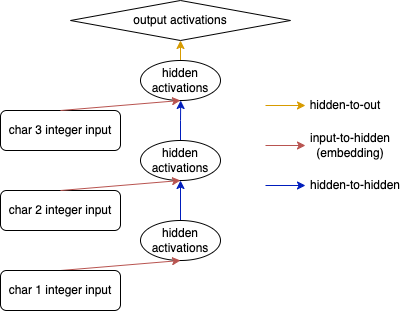
lucasvw/lucasvw.github.io keeps this draw.io diagram as posts/15_rnn/rnn.drawio.png. Above is the earlier version. Source tidied: cells renumbered, new cells last; positions are measured from the earlier drawing's top-left corner, leaving out a move shared by most shapes.
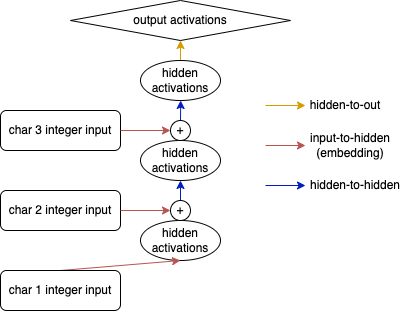
After the change.

Diff of the diagram source:
```diff
@@ -2,7 +2,7 @@
   <root>
     <mxCell id="0" />
     <mxCell id="1" parent="0" />
-    <mxCell id="2" style="edgeStyle=orthogonalEdgeStyle;rounded=0;jettySize=auto;html=1;exitX=0.5;exitY=0;exitDx=0;exitDy=0;entryX=0.5;entryY=1;entryDx=0;entryDy=0;fillColor=#0050ef;strokeColor=#001DBC;" parent="1" edge="1" source="3" target="9">
+    <mxCell id="2" style="edgeStyle=orthogonalEdgeStyle;rounded=0;jettySize=auto;html=1;exitX=0.5;exitY=0;exitDx=0;exitDy=0;entryX=0.5;entryY=1;entryDx=0;entryDy=0;fillColor=#0050ef;strokeColor=#001DBC;" parent="1" edge="1" source="22" target="9">
       <mxGeometry relative="1" as="geometry" />
     </mxCell>
     <mxCell id="3" value="hidden&lt;br style=&quot;border-color: var(--border-color);&quot;&gt;activations" style="ellipse;whiteSpace=wrap;html=1;" parent="1" vertex="1">
@@ -37,10 +37,10 @@
     <mxCell id="12" value="output activations" style="rhombus;whiteSpace=wrap;html=1;" parent="1" vertex="1">
       <mxGeometry x="70" width="220" height="40" as="geometry" />
     </mxCell>
-    <mxCell id="13" style="rounded=0;jettySize=auto;html=1;exitX=0.5;exitY=0;exitDx=0;exitDy=0;entryX=0.5;entryY=1;entryDx=0;entryDy=0;fillColor=#f8cecc;strokeColor=#b85450;" parent="1" edge="1" source="6" target="9">
+    <mxCell id="13" style="rounded=0;jettySize=auto;html=1;exitX=1;exitY=0.5;exitDx=0;exitDy=0;fillColor=#f8cecc;strokeColor=#b85450;entryX=0;entryY=0.5;entryDx=0;entryDy=0;" parent="1" edge="1" source="6" target="22">
       <mxGeometry relative="1" as="geometry" />
     </mxCell>
-    <mxCell id="14" style="rounded=0;jettySize=auto;html=1;exitX=0.5;exitY=0;exitDx=0;exitDy=0;entryX=0.5;entryY=1;entryDx=0;entryDy=0;fillColor=#f8cecc;strokeColor=#b85450;" parent="1" edge="1" source="7" target="11">
+    <mxCell id="14" style="rounded=0;jettySize=auto;html=1;exitX=1;exitY=0.5;exitDx=0;exitDy=0;fillColor=#f8cecc;strokeColor=#b85450;entryX=0;entryY=0.5;entryDx=0;entryDy=0;" parent="1" edge="1" source="7" target="23">
       <mxGeometry relative="1" as="geometry" />
     </mxCell>
     <mxCell id="15" style="endArrow=classic;html=1;rounded=0;fillColor=#ffe6cc;strokeColor=#d79b00;" parent="1" edge="1">
@@ -70,5 +70,14 @@
     <mxCell id="20" value="hidden-to-hidden" style="text;html=1;strokeColor=none;fillColor=none;align=center;verticalAlign=middle;whiteSpace=wrap;rounded=0;" parent="1" vertex="1">
       <mxGeometry x="305" y="170" width="100" height="30" as="geometry" />
     </mxCell>
+    <mxCell id="21" style="edgeStyle=orthogonalEdgeStyle;rounded=0;jettySize=auto;html=1;exitX=0.5;exitY=0;exitDx=0;exitDy=0;entryX=0.5;entryY=1;entryDx=0;entryDy=0;fillColor=#0050ef;strokeColor=#001DBC;" parent="1" edge="1" source="3" target="22">
+      <mxGeometry relative="1" as="geometry" />
+    </mxCell>
+    <mxCell id="22" value="+" style="ellipse;whiteSpace=wrap;html=1;" parent="1" vertex="1">
+      <mxGeometry x="170" y="200" width="20" height="20" as="geometry" />
+    </mxCell>
+    <mxCell id="23" value="+" style="ellipse;whiteSpace=wrap;html=1;" parent="1" vertex="1">
+      <mxGeometry x="170" y="120" width="20" height="20" as="geometry" />
+    </mxCell>
   </root>
 </mxGraphModel>
```
